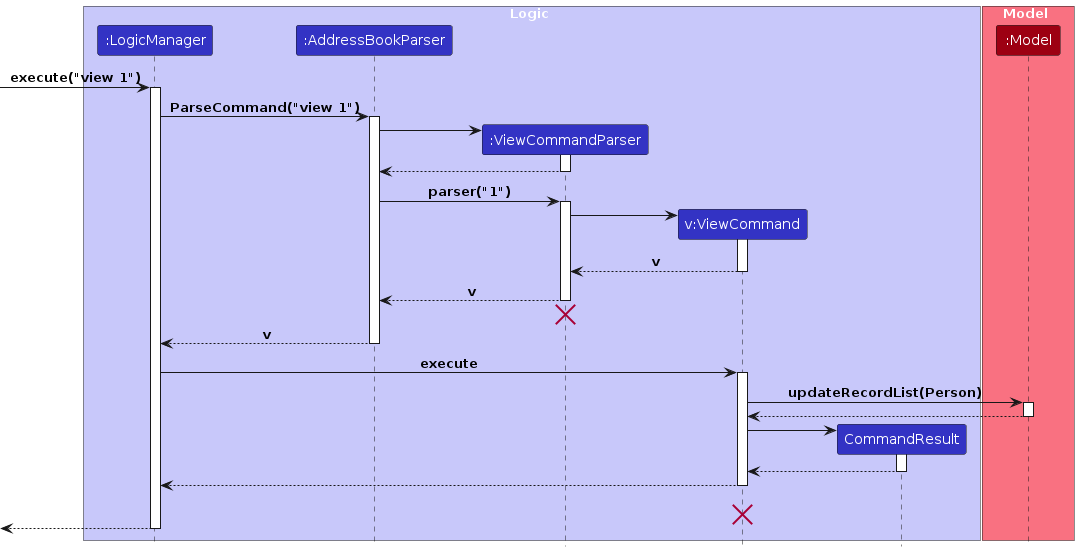
Before: diagrams/ViewSequenceDiagram.png, a diagram exported from PlantUML (ryanongwx/tp). Its source is kept beside it as diagrams/ViewSequenceDiagram.puml.
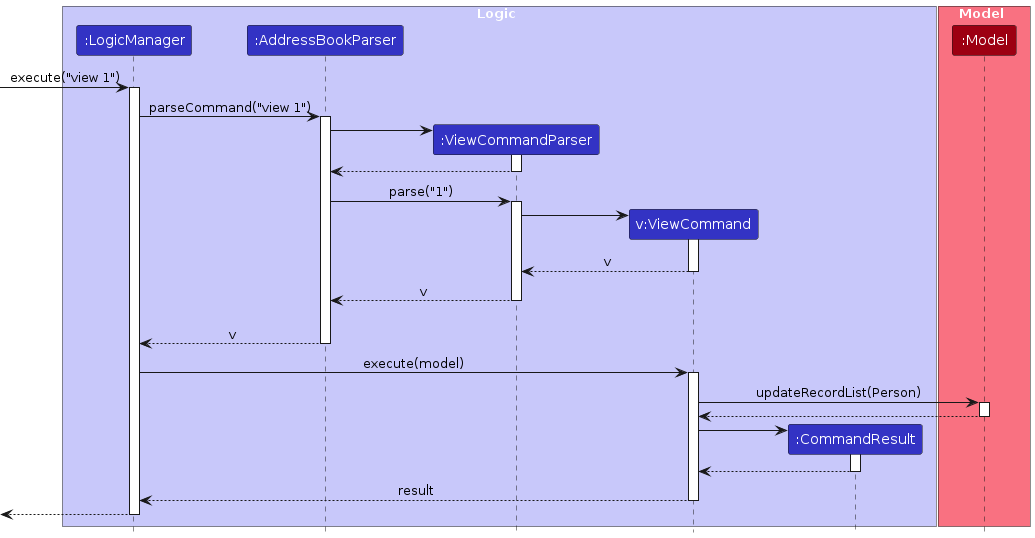
The same diagram one commit later.

Change to the diagram source:
```diff
@@ -1,12 +1,13 @@
 @startuml
 !include style.puml
+skinparam ArrowFontStyle plain
 
 box Logic LOGIC_COLOR_T1
 participant ":LogicManager" as LogicManager LOGIC_COLOR
 participant ":AddressBookParser" as AddressBookParser LOGIC_COLOR
 participant ":ViewCommandParser" as ViewCommandParser LOGIC_COLOR
 participant "v:ViewCommand" as ViewCommand LOGIC_COLOR
-participant "CommandResult" as CommandResult LOGIC_COLOR
+participant ":CommandResult" as CommandResult LOGIC_COLOR
 end box
 
 box Model MODEL_COLOR_T1
@@ -16,7 +17,7 @@
 [-> LogicManager : execute("view 1")
 activate LogicManager
 
-LogicManager -> AddressBookParser : ParseCommand("view 1")
+LogicManager -> AddressBookParser : parseCommand("view 1")
 activate AddressBookParser
 
 create ViewCommandParser
@@ -26,7 +27,7 @@
 ViewCommandParser --> AddressBookParser
 deactivate ViewCommandParser
 
-AddressBookParser -> ViewCommandParser : parser("1")
+AddressBookParser -> ViewCommandParser : parse("1")
 activate ViewCommandParser
 
 Create ViewCommand
@@ -40,12 +41,12 @@
 deactivate ViewCommandParser
 
 ViewCommandParser -[hidden]-> AddressBookParser
-destroy ViewCommandParser
+deactivate ViewCommandParser
 
 AddressBookParser --> LogicManager : v
 deactivate AddressBookParser
 
-LogicManager -> ViewCommand : execute
+LogicManager -> ViewCommand : execute(model)
 activate ViewCommand
 
 ViewCommand -> Model : updateRecordList(Person)
@@ -61,10 +62,8 @@
 CommandResult --> ViewCommand
 deactivate CommandResult
 
-ViewCommand --> LogicManager
+ViewCommand --> LogicManager : result
 deactivate ViewCommand
-ViewCommand -[hidden]-> LogicManager : result
-destroy ViewCommand
 
 [<-- LogicManager
 deactivate LogicManager
```
